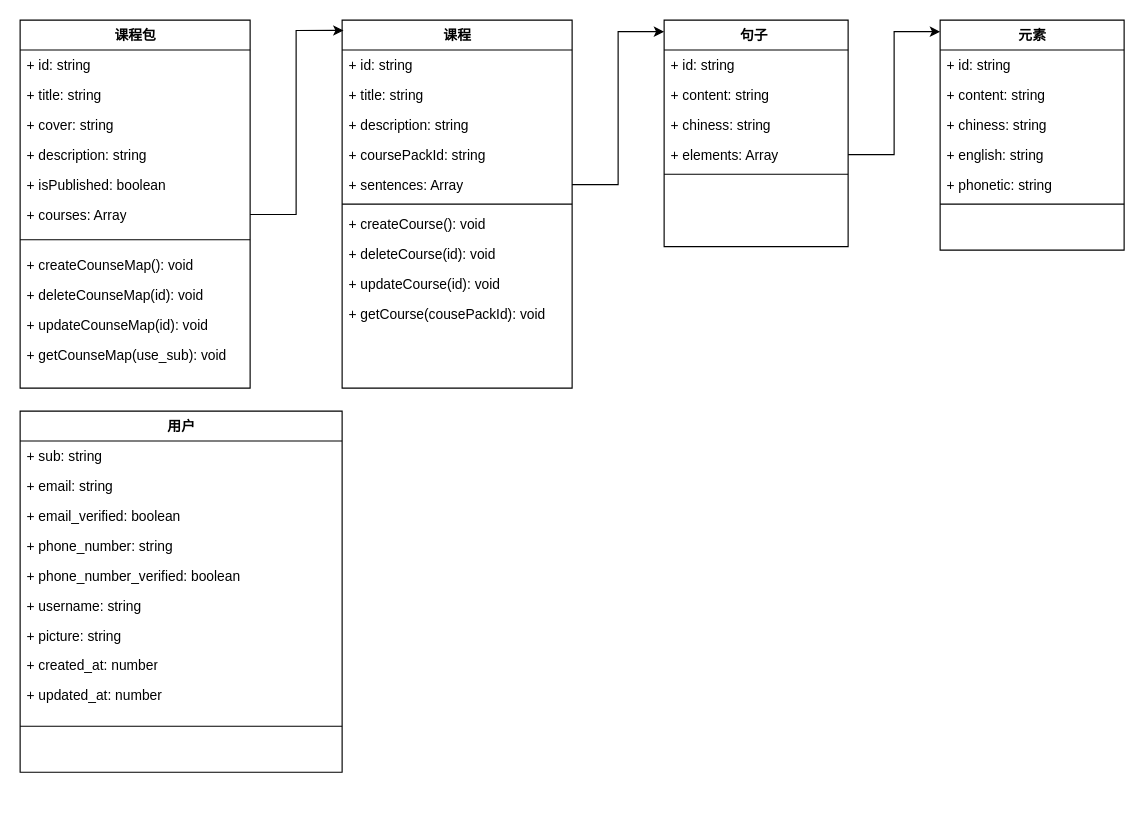
This is 数据库表.drawio from gjf610/my-blog, a draw.io file, before an edit. Source tidied: cells renumbered, new cells numbered last; positions are measured from the earlier drawing's top-left corner, leaving out a move shared by most shapes. Both pictures are drawn from the tidied source at 115%, with x=0, y=0 at pixel (20, 20).
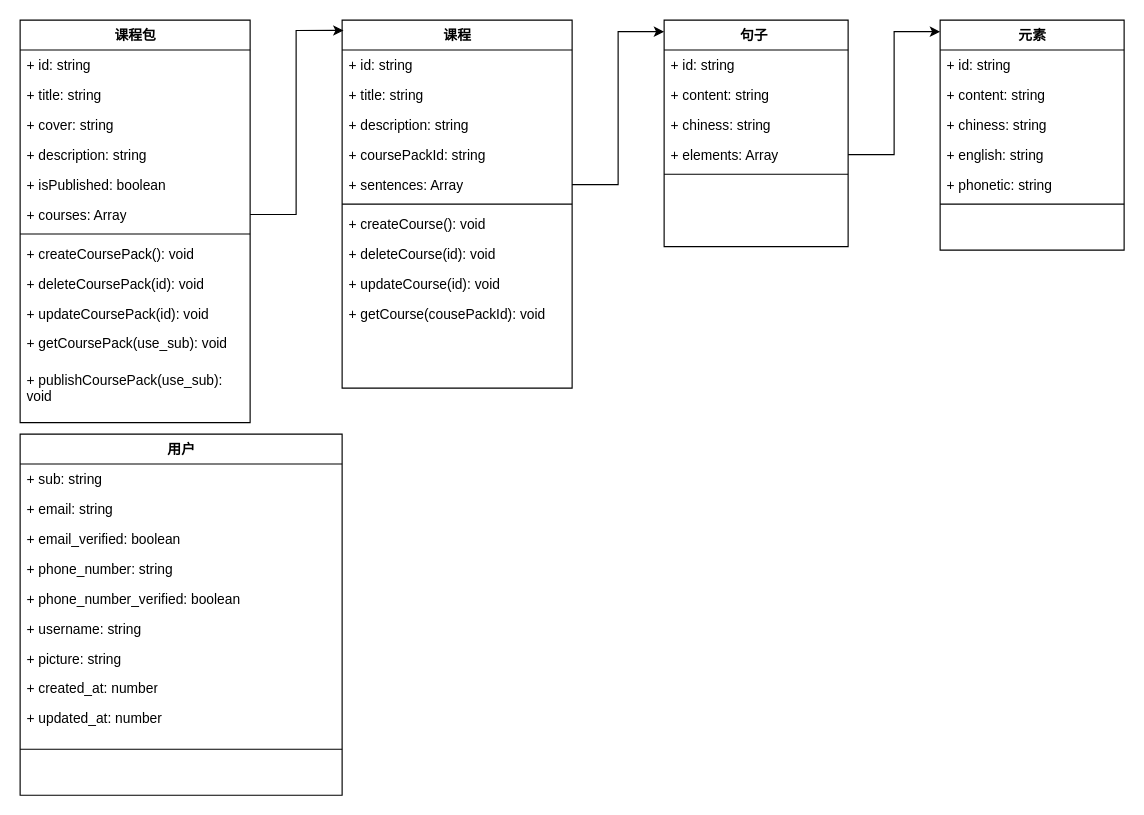
The same page after the edit.

Commit message:
更新数据库表-课程包表.drawio

Change to the diagram source:
```diff
@@
     <mxCell id="2" value="课程包" style="swimlane;html=1;fontStyle=1;align=center;verticalAlign=top;horizontal=1;startSize=26;swimlaneFillColor=#ffffff;rounded=0;shadow=0;comic=0;labelBackgroundColor=none;strokeWidth=1;fillColor=none;fontFamily=Verdana;fontSize=12;" parent="1" vertex="1">
-      <mxGeometry width="200" height="320" as="geometry" />
+      <mxGeometry width="200" height="350" as="geometry" />
     </mxCell>
@@
     <mxCell id="9" style="line;html=1;strokeWidth=1;fillColor=none;align=left;verticalAlign=middle;spacingTop=-1;spacingLeft=3;spacingRight=3;labelPosition=right;" parent="2" vertex="1">
-      <mxGeometry y="182" width="200" height="18" as="geometry" />
+      <mxGeometry y="182" width="200" height="8" as="geometry" />
     </mxCell>
-    <mxCell id="10" value="+ createCounseMap(): void" style="text;html=1;strokeColor=none;fillColor=none;align=left;verticalAlign=top;spacingLeft=4;spacingRight=4;whiteSpace=wrap;overflow=hidden;" parent="2" vertex="1">
-      <mxGeometry y="200" width="200" height="26" as="geometry" />
+    <mxCell id="10" value="+ createCoursePack(): void" style="text;html=1;strokeColor=none;fillColor=none;align=left;verticalAlign=top;spacingLeft=4;spacingRight=4;whiteSpace=wrap;overflow=hidden;" parent="2" vertex="1">
+      <mxGeometry y="190" width="200" height="26" as="geometry" />
     </mxCell>
-    <mxCell id="11" value="+ deleteCounseMap(id): void" style="text;html=1;strokeColor=none;fillColor=none;align=left;verticalAlign=top;spacingLeft=4;spacingRight=4;whiteSpace=wrap;overflow=hidden;" parent="2" vertex="1">
-      <mxGeometry y="226" width="200" height="26" as="geometry" />
+    <mxCell id="11" value="+ deleteCoursePack(id): void" style="text;html=1;strokeColor=none;fillColor=none;align=left;verticalAlign=top;spacingLeft=4;spacingRight=4;whiteSpace=wrap;overflow=hidden;" parent="2" vertex="1">
+      <mxGeometry y="216" width="200" height="26" as="geometry" />
     </mxCell>
-    <mxCell id="12" value="+ updateCounseMap(id): void" style="text;html=1;strokeColor=none;fillColor=none;align=left;verticalAlign=top;spacingLeft=4;spacingRight=4;whiteSpace=wrap;overflow=hidden;" parent="2" vertex="1">
-      <mxGeometry y="252" width="200" height="26" as="geometry" />
+    <mxCell id="12" value="+ updateCoursePack(id): void" style="text;html=1;strokeColor=none;fillColor=none;align=left;verticalAlign=top;spacingLeft=4;spacingRight=4;whiteSpace=wrap;overflow=hidden;" parent="2" vertex="1">
+      <mxGeometry y="242" width="200" height="26" as="geometry" />
     </mxCell>
-    <mxCell id="13" value="+ getCounseMap(use_sub): void" style="text;html=1;strokeColor=none;fillColor=none;align=left;verticalAlign=top;spacingLeft=4;spacingRight=4;whiteSpace=wrap;overflow=hidden;" parent="2" vertex="1">
-      <mxGeometry y="278" width="200" height="32" as="geometry" />
+    <mxCell id="13" value="+ getCoursePack(use_sub): void" style="text;html=1;strokeColor=none;fillColor=none;align=left;verticalAlign=top;spacingLeft=4;spacingRight=4;whiteSpace=wrap;overflow=hidden;" parent="2" vertex="1">
+      <mxGeometry y="268" width="200" height="32" as="geometry" />
     </mxCell>
+    <mxCell id="52" value="+ publishCoursePack(use_sub): void" style="text;html=1;strokeColor=none;fillColor=none;align=left;verticalAlign=top;spacingLeft=4;spacingRight=4;whiteSpace=wrap;overflow=hidden;" parent="2" vertex="1">
+      <mxGeometry y="300" width="200" height="32" as="geometry" />
+    </mxCell>
@@
     <mxCell id="40" value="用户" style="swimlane;html=1;fontStyle=1;align=center;verticalAlign=top;horizontal=1;startSize=26;swimlaneFillColor=#ffffff;rounded=0;shadow=0;comic=0;labelBackgroundColor=none;strokeWidth=1;fillColor=none;fontFamily=Verdana;fontSize=12;" parent="1" vertex="1">
-      <mxGeometry y="340" width="280" height="314" as="geometry" />
+      <mxGeometry y="360" width="280" height="314" as="geometry" />
     </mxCell>
```
